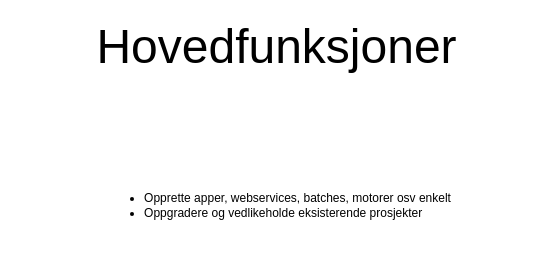
The draw.io diagram page "Hva det skulle være" (4 of 8) of presentation.2022.05.drawio in DevDimensionLab/presentations, before the edit. Source tidied: cells renumbered, new cells numbered last; positions are measured from the earlier drawing's top-left corner, leaving out a move shared by most shapes. Both pictures are drawn from the tidied source at 100%, with x=0, y=0 at pixel (97, 31).
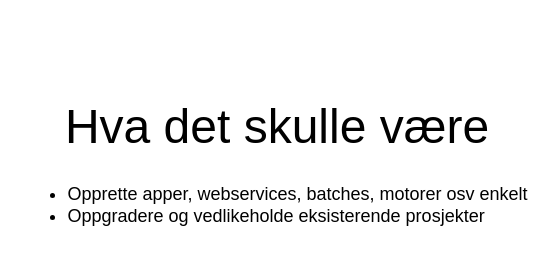
Above is the later version.

Change to the diagram source:
```diff
@@
 <mxGraphModel>
   <root>
     <mxCell id="0" />
     <mxCell id="1" parent="0" />
-    <mxCell id="2" value="&lt;font style=&quot;font-size: 48px&quot;&gt;Hovedfunksjoner&lt;/font&gt;" style="text;html=1;strokeColor=none;fillColor=none;align=center;verticalAlign=middle;whiteSpace=wrap;rounded=0;" parent="1" vertex="1">
-      <mxGeometry x="77" width="205" height="30" as="geometry" />
+    <mxCell id="2" value="&lt;font style=&quot;font-size: 48px&quot;&gt;Hva det skulle være&lt;/font&gt;" style="text;html=1;strokeColor=none;fillColor=none;align=center;verticalAlign=middle;whiteSpace=wrap;rounded=0;" parent="1" vertex="1">
+      <mxGeometry x="-43.8" y="80" width="447.5" height="30" as="geometry" />
     </mxCell>
-    <mxCell id="3" value="&lt;ul&gt;&lt;li&gt;Opprette apper, webservices, batches, motorer osv enkelt&lt;/li&gt;&lt;li style=&quot;text-align: left&quot;&gt;Oppgradere og vedlikeholde eksisterende prosjekter&lt;/li&gt;&lt;/ul&gt;" style="text;html=1;align=center;verticalAlign=middle;strokeColor=none;fillColor=none;" parent="1" vertex="1">
-      <mxGeometry y="144" width="360" height="60" as="geometry" />
+    <mxCell id="3" value="&lt;ul style=&quot;font-size: 18px;&quot;&gt;&lt;li&gt;Opprette apper, webservices, batches, motorer osv enkelt&lt;/li&gt;&lt;li style=&quot;text-align: left&quot;&gt;Oppgradere og vedlikeholde eksisterende prosjekter&lt;/li&gt;&lt;/ul&gt;" style="text;html=1;align=center;verticalAlign=middle;strokeColor=none;fillColor=none;" parent="1" vertex="1">
+      <mxGeometry x="-80" y="139" width="520" height="70" as="geometry" />
     </mxCell>
   </root>
 </mxGraphModel>
```
